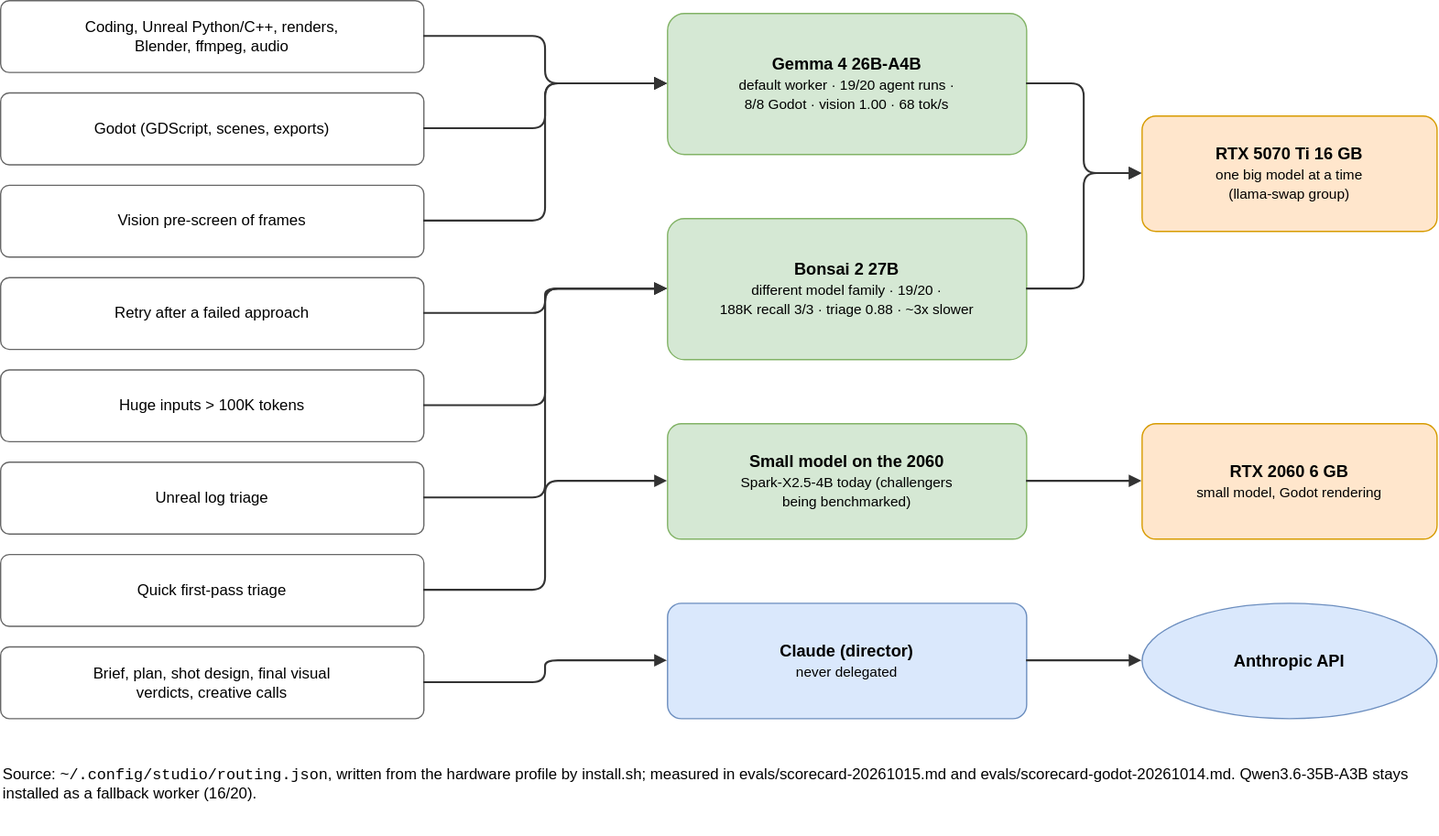
Before: docs/diagrams/routing.drawio.svg, a diagram exported from draw.io (hennie42/local-studio). Source tidied: cells renumbered, new cells last; positions are measured from the earlier drawing's top-left corner, leaving out a move shared by most shapes.
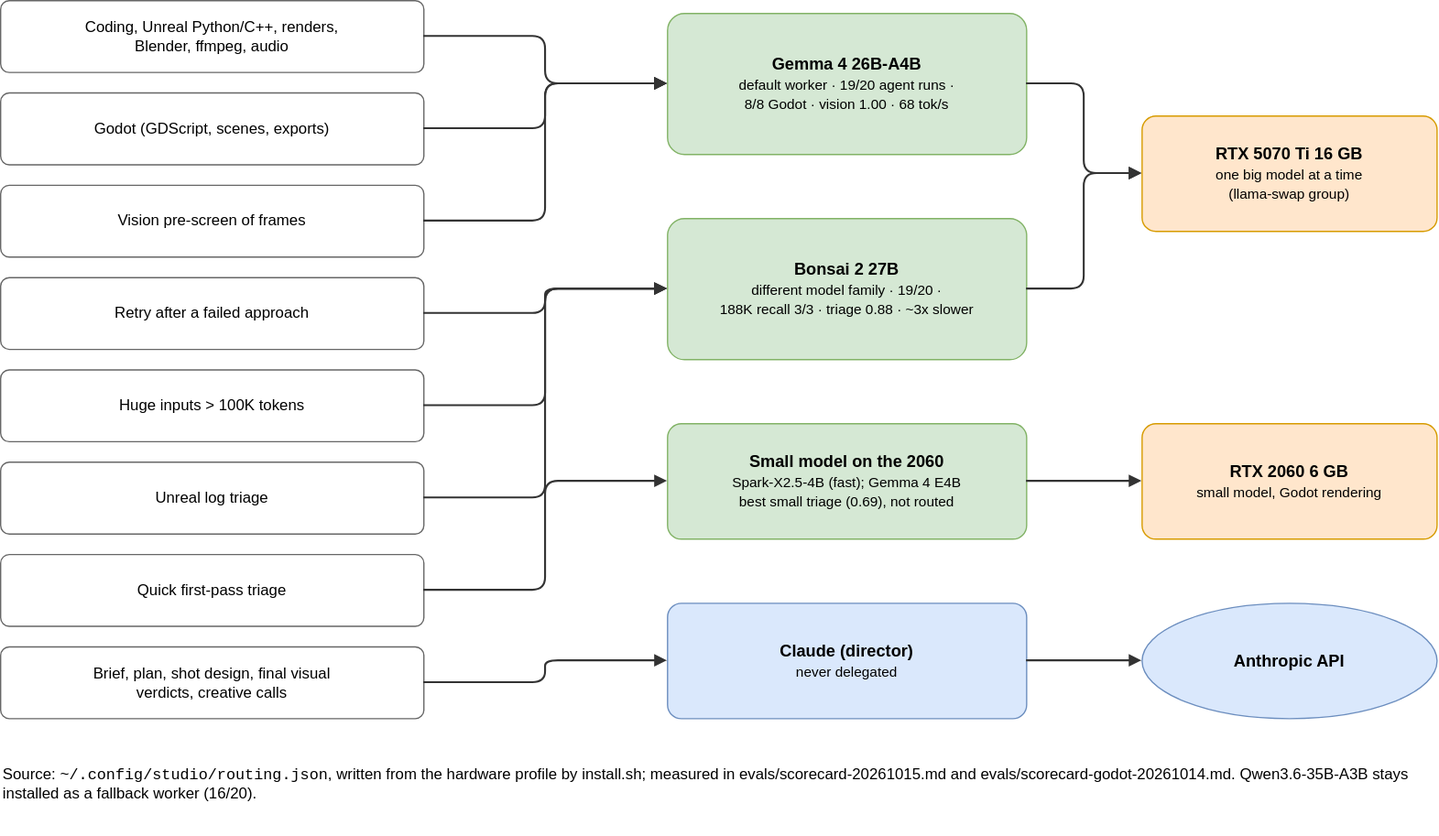
The same file after the commit.

What changed in the source:
```diff
@@ -8,7 +8,7 @@
     <mxCell id="3" value="&lt;b&gt;Bonsai 2 27B&lt;/b&gt;&lt;br&gt;&lt;font style='font-size:11px'&gt;different model family · 19/20 ·&lt;br&gt;188K recall 3/3 · triage 0.88 · ~3x slower&lt;/font&gt;" style="rounded=1;arcSize=12;whiteSpace=wrap;html=1;fillColor=#d5e8d4;strokeColor=#82b366;fontSize=13;fontFamily=Helvetica;" parent="1" vertex="1">
       <mxGeometry x="520" y="170" width="280" height="110" as="geometry" />
     </mxCell>
-    <mxCell id="4" value="&lt;b&gt;Small model on the 2060&lt;/b&gt;&lt;br&gt;&lt;font style='font-size:11px'&gt;Spark-X2.5-4B today (challengers&lt;br&gt;being benchmarked)&lt;/font&gt;" style="rounded=1;arcSize=12;whiteSpace=wrap;html=1;fillColor=#d5e8d4;strokeColor=#82b366;fontSize=13;fontFamily=Helvetica;" parent="1" vertex="1">
+    <mxCell id="4" value="&lt;b&gt;Small model on the 2060&lt;/b&gt;&lt;br&gt;&lt;font style='font-size:11px'&gt;Spark-X2.5-4B (fast); Gemma 4 E4B&lt;br&gt;best small triage (0.69), not routed&lt;/font&gt;" style="rounded=1;arcSize=12;whiteSpace=wrap;html=1;fillColor=#d5e8d4;strokeColor=#82b366;fontSize=13;fontFamily=Helvetica;" parent="1" vertex="1">
       <mxGeometry x="520" y="330" width="280" height="90" as="geometry" />
     </mxCell>
     <mxCell id="5" value="&lt;b&gt;Claude (director)&lt;/b&gt;&lt;br&gt;&lt;font style='font-size:11px'&gt;never delegated&lt;/font&gt;" style="rounded=1;arcSize=12;whiteSpace=wrap;html=1;fillColor=#dae8fc;strokeColor=#6c8ebf;fontSize=13;fontFamily=Helvetica;" parent="1" vertex="1">
```
